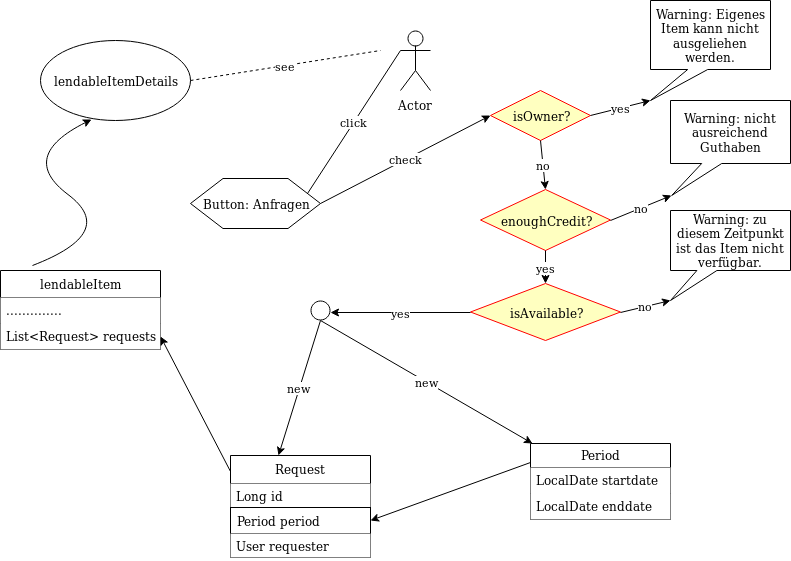
Earlier version of the draw.io export Diagram/request.png (Jukre111/Propra-im-Team). Source tidied: cells renumbered, new cells last; positions are measured from the earlier drawing's top-left corner, leaving out a move shared by most shapes.
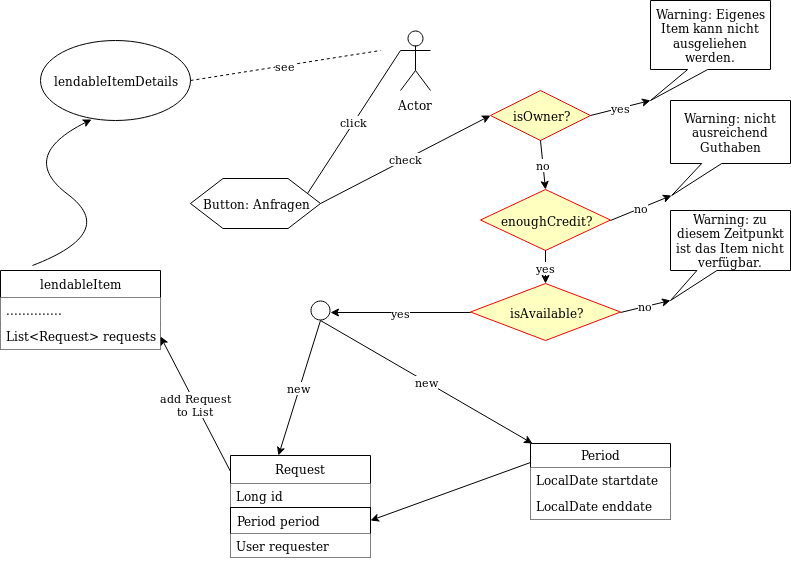
After the change.

What changed in the source:
```diff
@@ -62,7 +62,7 @@
     <mxCell id="19" value="List&lt;Request&gt; requests" style="text;strokeColor=none;fillColor=#ffffff;align=left;verticalAlign=top;spacingLeft=4;spacingRight=4;overflow=hidden;points=[[0,0.5],[1,0.5]];portConstraint=eastwest;" parent="17" vertex="1">
       <mxGeometry y="53" width="160" height="26" as="geometry" />
     </mxCell>
-    <mxCell id="20" style="endArrow=classic;html=1;exitX=0;exitY=0.157;exitDx=0;exitDy=0;exitPerimeter=0;entryX=1;entryY=0.5;entryDx=0;entryDy=0;" parent="1" edge="1" source="7" target="19">
+    <mxCell id="20" value="&lt;div&gt;add Request&lt;/div&gt;&lt;div&gt;to List&lt;br&gt;&lt;/div&gt;" style="endArrow=classic;html=1;exitX=0;exitY=0.157;exitDx=0;exitDy=0;exitPerimeter=0;entryX=1;entryY=0.5;entryDx=0;entryDy=0;" parent="1" edge="1" source="7" target="19">
       <mxGeometry relative="1" as="geometry" />
     </mxCell>
     <mxCell id="21" value="isOwner?" style="rhombus;whiteSpace=wrap;html=1;fillColor=#ffffc0;strokeColor=#ff0000;" parent="1" vertex="1">
```
